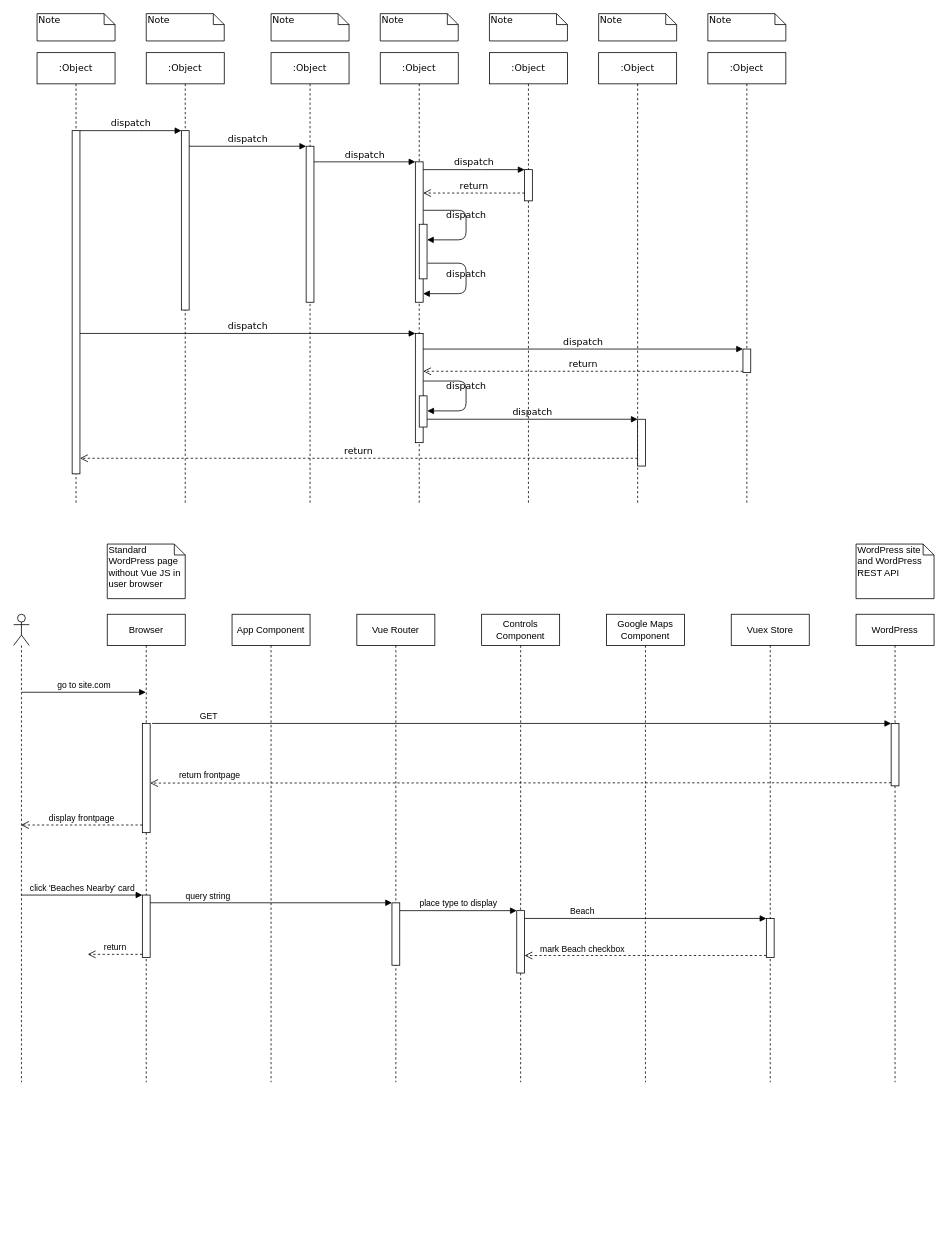
Before: welcome-dog.drawio in kpoxo6op/docs, a draw.io diagram. Source tidied: cells renumbered, new cells numbered last; positions are measured from the earlier drawing's top-left corner, leaving out a move shared by most shapes. Both pictures are drawn from the tidied source at 78%, with x=0, y=0 at pixel (13, 13).
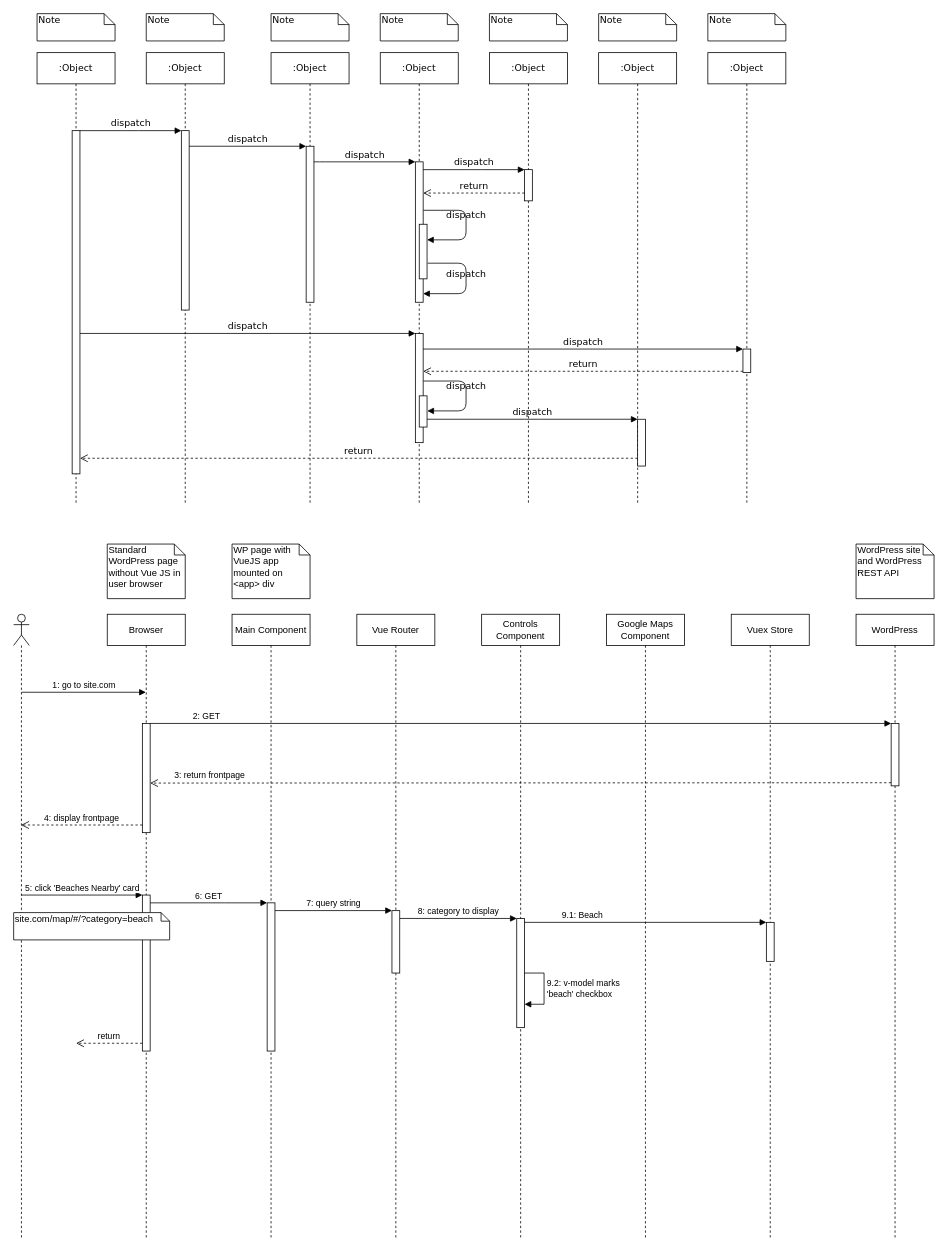
The same page after the edit.

The change refers to these unchanged cells:
```xml
<mxCell id="41" style="html=1;points=[];perimeter=orthogonalPerimeter;" parent="40" vertex="1">
  <mxGeometry x="45" y="140" width="10" height="140" as="geometry" />
</mxCell>
<mxCell id="45" style="html=1;points=[];perimeter=orthogonalPerimeter;" parent="44" vertex="1">
  <mxGeometry x="45" y="140" width="10" height="80" as="geometry" />
</mxCell>
```

The edit, as a diff of the source:
```diff
@@
     <mxCell id="40" value="Browser" style="shape=umlLifeline;perimeter=lifelinePerimeter;whiteSpace=wrap;html=1;outlineConnect=0;" parent="1" vertex="1">
-      <mxGeometry x="120" y="770" width="100" height="600" as="geometry" />
+      <mxGeometry x="120" y="770" width="100" height="800" as="geometry" />
     </mxCell>
@@
     <mxCell id="42" style="html=1;points=[];perimeter=orthogonalPerimeter;" parent="40" vertex="1">
-      <mxGeometry x="45" y="360" width="10" height="80" as="geometry" />
+      <mxGeometry x="45" y="360" width="10" height="200" as="geometry" />
     </mxCell>
     <mxCell id="43" value="return" style="html=1;verticalAlign=bottom;endArrow=open;dashed=1;endSize=8;exitX=0;exitY=0.95;" parent="40" edge="1" source="42">
       <mxGeometry relative="1" as="geometry">
-        <mxPoint x="-25" y="436" as="targetPoint" />
+        <mxPoint x="-40" y="550" as="targetPoint" />
       </mxGeometry>
     </mxCell>
     <mxCell id="44" value="WordPress" style="shape=umlLifeline;perimeter=lifelinePerimeter;whiteSpace=wrap;html=1;" parent="1" vertex="1">
-      <mxGeometry x="1080" y="770" width="100" height="600" as="geometry" />
+      <mxGeometry x="1080" y="770" width="100" height="800" as="geometry" />
     </mxCell>
@@
-    <mxCell id="46" value="GET" style="html=1;verticalAlign=bottom;endArrow=block;entryX=0;entryY=0;exitX=1.25;exitY=0;exitDx=0;exitDy=0;exitPerimeter=0;" parent="1" edge="1" source="41" target="45">
+    <mxCell id="46" value="2: GET" style="html=1;verticalAlign=bottom;endArrow=block;entryX=0;entryY=0;" parent="1" edge="1" source="41" target="45">
       <mxGeometry x="-0.85" relative="1" as="geometry">
         <mxPoint x="1" as="offset" />
       </mxGeometry>
     </mxCell>
-    <mxCell id="47" value="return frontpage" style="html=1;verticalAlign=bottom;endArrow=open;dashed=1;endSize=8;exitX=0;exitY=0.95;entryX=0.997;entryY=0.546;entryDx=0;entryDy=0;entryPerimeter=0;" parent="1" edge="1" source="45" target="41">
+    <mxCell id="47" value="3: return frontpage" style="html=1;verticalAlign=bottom;endArrow=open;dashed=1;endSize=8;exitX=0;exitY=0.95;entryX=0.997;entryY=0.546;entryDx=0;entryDy=0;entryPerimeter=0;" parent="1" edge="1" source="45" target="41">
       <mxGeometry x="0.84" relative="1" as="geometry" />
     </mxCell>
@@
     <mxCell id="49" value="Vuex Store" style="shape=umlLifeline;perimeter=lifelinePerimeter;whiteSpace=wrap;html=1;" parent="1" vertex="1">
-      <mxGeometry x="920" y="770" width="100" height="600" as="geometry" />
+      <mxGeometry x="920" y="770" width="100" height="800" as="geometry" />
     </mxCell>
     <mxCell id="50" style="html=1;points=[];perimeter=orthogonalPerimeter;" parent="49" vertex="1">
-      <mxGeometry x="45" y="390" width="10" height="50" as="geometry" />
+      <mxGeometry x="45" y="395" width="10" height="50" as="geometry" />
     </mxCell>
     <mxCell id="51" value="Vue Router" style="shape=umlLifeline;perimeter=lifelinePerimeter;whiteSpace=wrap;html=1;" parent="1" vertex="1">
-      <mxGeometry x="440" y="770" width="100" height="600" as="geometry" />
+      <mxGeometry x="440" y="770" width="100" height="800" as="geometry" />
     </mxCell>
     <mxCell id="52" style="html=1;points=[];perimeter=orthogonalPerimeter;" parent="51" vertex="1">
-      <mxGeometry x="45" y="370" width="10" height="80" as="geometry" />
+      <mxGeometry x="45" y="380" width="10" height="80" as="geometry" />
     </mxCell>
     <mxCell id="53" value="Controls Component" style="shape=umlLifeline;perimeter=lifelinePerimeter;whiteSpace=wrap;html=1;" parent="1" vertex="1">
-      <mxGeometry x="600" y="770" width="100" height="600" as="geometry" />
+      <mxGeometry x="600" y="770" width="100" height="800" as="geometry" />
     </mxCell>
     <mxCell id="54" style="html=1;points=[];perimeter=orthogonalPerimeter;" parent="53" vertex="1">
-      <mxGeometry x="45" y="380" width="10" height="80" as="geometry" />
+      <mxGeometry x="45" y="390" width="10" height="140" as="geometry" />
     </mxCell>
+    <mxCell id="65" value="&lt;div&gt;9.2: v-model marks&lt;/div&gt;&lt;div&gt;'beach' checkbox&lt;/div&gt;" style="edgeStyle=orthogonalEdgeStyle;html=1;align=left;spacingLeft=2;endArrow=block;rounded=0;" parent="53" edge="1" source="54" target="54">
+      <mxGeometry relative="1" as="geometry">
+        <Array as="points">
+          <mxPoint x="80" y="460" />
+          <mxPoint x="80" y="500" />
+        </Array>
+      </mxGeometry>
+    </mxCell>
     <mxCell id="55" value="Google Maps Component" style="shape=umlLifeline;perimeter=lifelinePerimeter;whiteSpace=wrap;html=1;" parent="1" vertex="1">
-      <mxGeometry x="760" y="770" width="100" height="600" as="geometry" />
+      <mxGeometry x="760" y="770" width="100" height="800" as="geometry" />
     </mxCell>
-    <mxCell id="56" value="place type to display" style="html=1;verticalAlign=bottom;endArrow=block;entryX=0;entryY=0;" parent="1" edge="1" source="52" target="54">
+    <mxCell id="56" value="8: category to display" style="html=1;verticalAlign=bottom;endArrow=block;entryX=0;entryY=0;" parent="1" edge="1" source="52" target="54">
       <mxGeometry relative="1" as="geometry" />
     </mxCell>
     <mxCell id="57" style="shape=umlLifeline;participant=umlActor;perimeter=lifelinePerimeter;whiteSpace=wrap;html=1;verticalAlign=top;spacingTop=36;outlineConnect=0;" parent="1" vertex="1">
-      <mxGeometry y="770" width="20" height="600" as="geometry" />
+      <mxGeometry y="770" width="20" height="800" as="geometry" />
     </mxCell>
-    <mxCell id="58" value="go to site.com" style="html=1;verticalAlign=bottom;endArrow=block;" parent="57" edge="1" target="40">
+    <mxCell id="58" value="1: go to site.com" style="html=1;verticalAlign=bottom;endArrow=block;" parent="57" edge="1" target="40">
       <mxGeometry relative="1" as="geometry">
         <mxPoint x="10" y="100" as="sourcePoint" />
       </mxGeometry>
     </mxCell>
-    <mxCell id="59" value="query string" style="html=1;verticalAlign=bottom;endArrow=block;entryX=0.004;entryY=-0.001;entryDx=0;entryDy=0;entryPerimeter=0;" parent="1" edge="1" source="42" target="52">
-      <mxGeometry x="-0.52" relative="1" as="geometry" />
+    <mxCell id="59" value="7: query string" style="html=1;verticalAlign=bottom;endArrow=block;entryX=0.004;entryY=-0.001;entryDx=0;entryDy=0;entryPerimeter=0;" parent="1" edge="1" source="66" target="52">
+      <mxGeometry relative="1" as="geometry" />
     </mxCell>
-    <mxCell id="60" value="display frontpage" style="html=1;verticalAlign=bottom;endArrow=open;dashed=1;endSize=8;exitX=0.014;exitY=0.93;exitDx=0;exitDy=0;exitPerimeter=0;" parent="1" edge="1" source="41" target="57">
+    <mxCell id="60" value="4: display frontpage" style="html=1;verticalAlign=bottom;endArrow=open;dashed=1;endSize=8;exitX=0.014;exitY=0.93;exitDx=0;exitDy=0;exitPerimeter=0;" parent="1" edge="1" source="41" target="57">
       <mxGeometry relative="1" as="geometry" />
     </mxCell>
-    <mxCell id="61" value="click 'Beaches Nearby' card" style="html=1;verticalAlign=bottom;endArrow=block;entryX=0;entryY=0;" parent="1" edge="1" source="57" target="42">
+    <mxCell id="61" value="5: click 'Beaches Nearby' card" style="html=1;verticalAlign=bottom;endArrow=block;entryX=0;entryY=0;" parent="1" edge="1" source="57" target="42">
       <mxGeometry relative="1" as="geometry" />
     </mxCell>
-    <mxCell id="62" value="Beach" style="html=1;verticalAlign=bottom;endArrow=block;entryX=0;entryY=0;" parent="1" edge="1" source="54" target="50">
+    <mxCell id="62" value="9.1: Beach" style="html=1;verticalAlign=bottom;endArrow=block;entryX=0;entryY=0;" parent="1" edge="1" source="54" target="50">
       <mxGeometry x="-0.52" relative="1" as="geometry" />
     </mxCell>
-    <mxCell id="63" value="mark Beach checkbox" style="html=1;verticalAlign=bottom;endArrow=open;dashed=1;endSize=8;exitX=0;exitY=0.95;" parent="1" edge="1" source="50" target="54">
-      <mxGeometry x="0.52" relative="1" as="geometry" />
-    </mxCell>
-    <mxCell id="64" value="App Component" style="shape=umlLifeline;perimeter=lifelinePerimeter;whiteSpace=wrap;html=1;" parent="1" vertex="1">
-      <mxGeometry x="280" y="770" width="100" height="600" as="geometry" />
+    <mxCell id="64" value="Main Component" style="shape=umlLifeline;perimeter=lifelinePerimeter;whiteSpace=wrap;html=1;" parent="1" vertex="1">
+      <mxGeometry x="280" y="770" width="100" height="800" as="geometry" />
     </mxCell>
+    <mxCell id="66" style="html=1;points=[];perimeter=orthogonalPerimeter;" parent="64" vertex="1">
+      <mxGeometry x="45" y="370" width="10" height="190" as="geometry" />
+    </mxCell>
+    <mxCell id="67" value="WP page with VueJS app mounted on &amp;lt;app&amp;gt; div" style="shape=note;whiteSpace=wrap;html=1;size=14;verticalAlign=top;align=left;spacingTop=-6;" parent="1" vertex="1">
+      <mxGeometry x="280" y="680" width="100" height="70" as="geometry" />
+    </mxCell>
+    <mxCell id="68" value="6: GET" style="html=1;verticalAlign=bottom;endArrow=block;" parent="1" edge="1" source="42" target="66">
+      <mxGeometry relative="1" as="geometry">
+        <Array as="points">
+          <mxPoint x="260" y="1140" />
+        </Array>
+      </mxGeometry>
+    </mxCell>
+    <mxCell id="69" value="site.com/map/#/?category=beach" style="shape=note;whiteSpace=wrap;html=1;size=11;verticalAlign=top;align=left;spacingTop=-6;" parent="1" vertex="1">
+      <mxGeometry y="1152.5" width="200" height="35" as="geometry" />
+    </mxCell>
```
